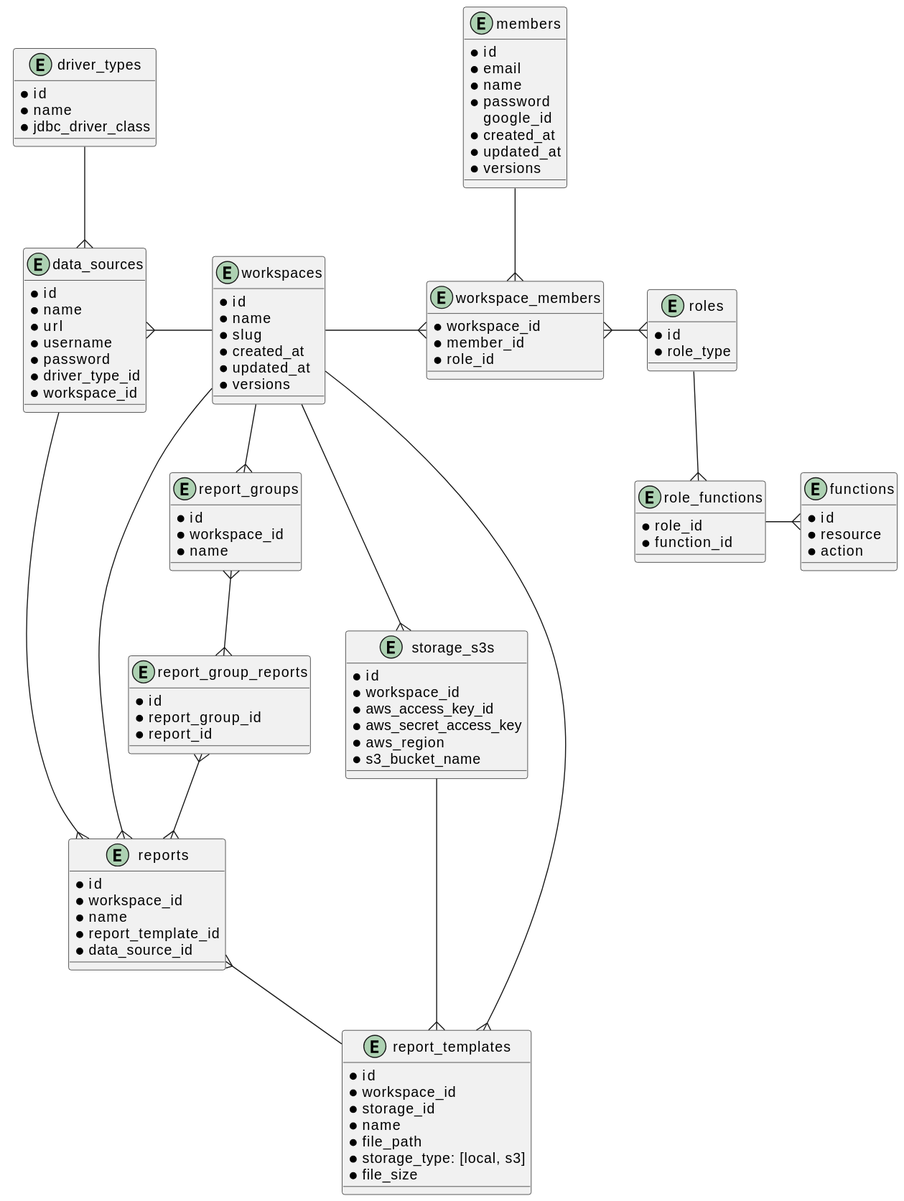
Above: docs/db/diagram.svg in ijufumi/openreports-api (PlantUML), before the change.
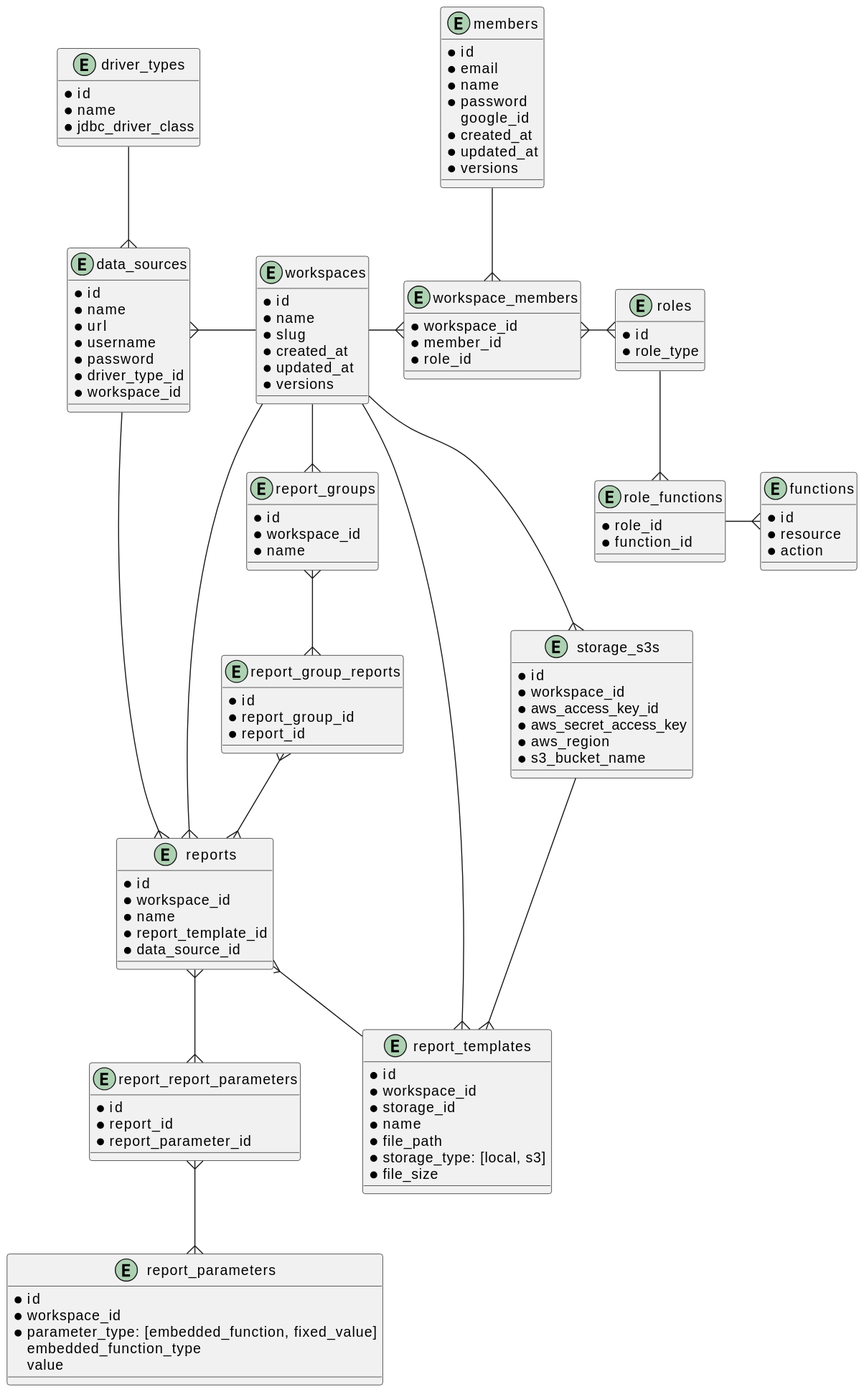
Above is the later version.

Diff of the diagram source:
```diff
@@ -75,6 +75,20 @@
   * file_size
 }
 
+entity report_parameters {
+  * id
+  * workspace_id
+  * parameter_type: [embedded_function, fixed_value]
+    embedded_function_type
+    value
+}
+
+entity report_report_parameters {
+  * id
+  * report_id
+  * report_parameter_id
+}
+
 entity report_groups {
   * id
   * workspace_id
@@ -108,6 +122,8 @@
 reports }-- report_templates
 report_groups }--{ report_group_reports
 report_group_reports }--{ reports
+reports }--{ report_report_parameters
+report_report_parameters }--{ report_parameters
 driver_types --{ data_sources
 data_sources --{ reports
 workspaces --r{ storage_s3s
```
